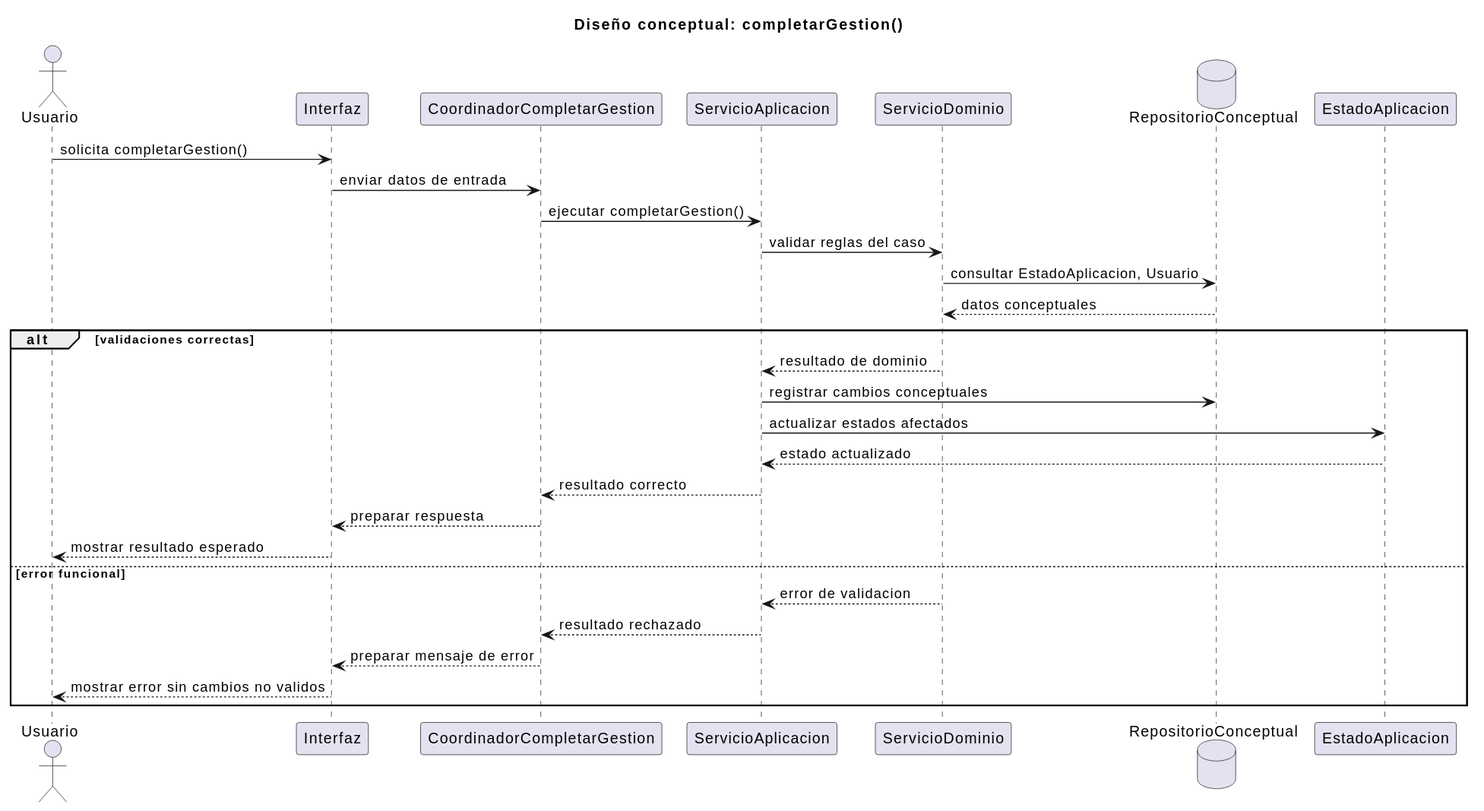
The PlantUML diagram documents/RUP/02-diseño/casos-uso/gestion-sesion/completarGestion/secuencia.svg in inigovaqueroo04/25-26-idsw2-sdVC, before a commit. Its diagram source:
```plantuml
@startuml
title Diseño conceptual: completarGestion()

actor "Usuario" as Usuario
participant "Interfaz" as Interfaz
participant "CoordinadorCompletarGestion" as Coordinador
participant "ServicioAplicacion" as ServicioAplicacion
participant "ServicioDominio" as ServicioDominio
database "RepositorioConceptual" as Repositorio
participant "EstadoAplicacion" as EstadoAplicacion

Usuario -> Interfaz : solicita completarGestion()
Interfaz -> Coordinador : enviar datos de entrada
Coordinador -> ServicioAplicacion : ejecutar completarGestion()
ServicioAplicacion -> ServicioDominio : validar reglas del caso
ServicioDominio -> Repositorio : consultar EstadoAplicacion, Usuario
Repositorio --> ServicioDominio : datos conceptuales

alt validaciones correctas
  ServicioDominio --> ServicioAplicacion : resultado de dominio
  ServicioAplicacion -> Repositorio : registrar cambios conceptuales
  ServicioAplicacion -> EstadoAplicacion : actualizar estados afectados
  EstadoAplicacion --> ServicioAplicacion : estado actualizado
  ServicioAplicacion --> Coordinador : resultado correcto
  Coordinador --> Interfaz : preparar respuesta
  Interfaz --> Usuario : mostrar resultado esperado
else error funcional
  ServicioDominio --> ServicioAplicacion : error de validacion
  ServicioAplicacion --> Coordinador : resultado rechazado
  Coordinador --> Interfaz : preparar mensaje de error
  Interfaz --> Usuario : mostrar error sin cambios no validos
end
@enduml
```
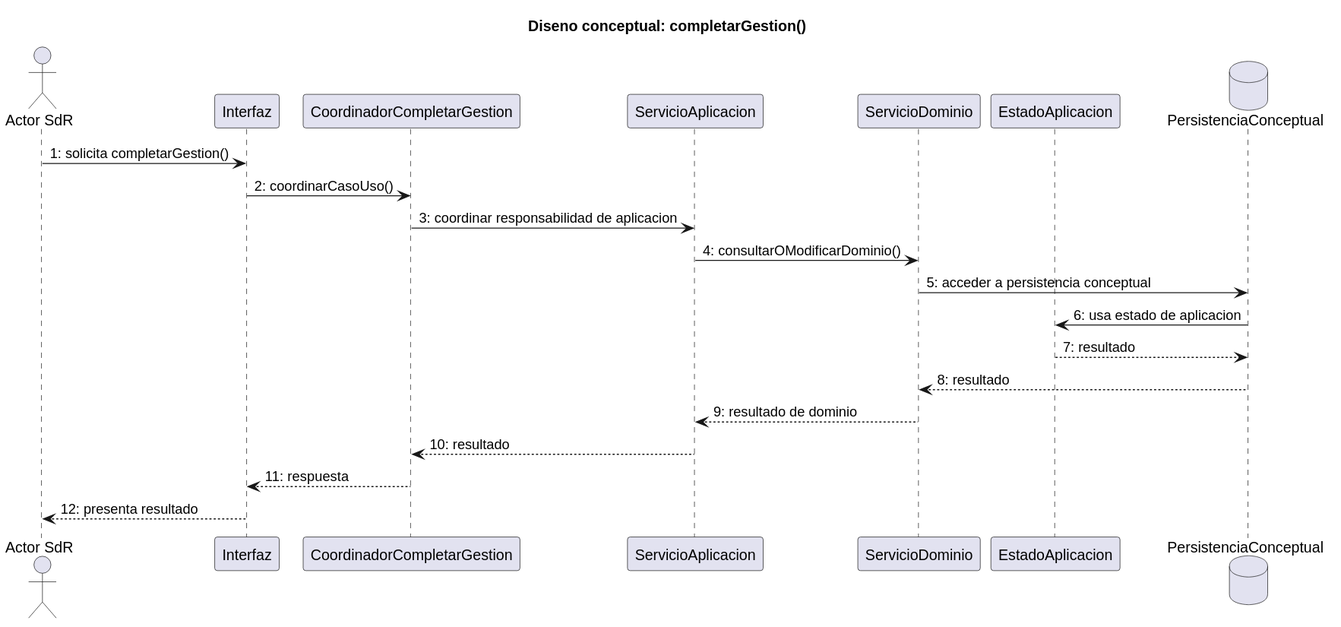
After the change.

Commit message:
docs: ajustar diseno de completar gestion

Change to the diagram source:
```diff
@@ -1,33 +1,24 @@
 @startuml
-title Diseño conceptual: completarGestion()
+title Diseno conceptual: completarGestion()
 
-actor "Usuario" as Usuario
+actor "Actor SdR" as Actor
 participant "Interfaz" as Interfaz
 participant "CoordinadorCompletarGestion" as Coordinador
 participant "ServicioAplicacion" as ServicioAplicacion
 participant "ServicioDominio" as ServicioDominio
-database "RepositorioConceptual" as Repositorio
 participant "EstadoAplicacion" as EstadoAplicacion
+database "PersistenciaConceptual" as Persistencia
 
-Usuario -> Interfaz : solicita completarGestion()
-Interfaz -> Coordinador : enviar datos de entrada
-Coordinador -> ServicioAplicacion : ejecutar completarGestion()
-ServicioAplicacion -> ServicioDominio : validar reglas del caso
-ServicioDominio -> Repositorio : consultar EstadoAplicacion, Usuario
-Repositorio --> ServicioDominio : datos conceptuales
-
-alt validaciones correctas
-  ServicioDominio --> ServicioAplicacion : resultado de dominio
-  ServicioAplicacion -> Repositorio : registrar cambios conceptuales
-  ServicioAplicacion -> EstadoAplicacion : actualizar estados afectados
-  EstadoAplicacion --> ServicioAplicacion : estado actualizado
-  ServicioAplicacion --> Coordinador : resultado correcto
-  Coordinador --> Interfaz : preparar respuesta
-  Interfaz --> Usuario : mostrar resultado esperado
-else error funcional
-  ServicioDominio --> ServicioAplicacion : error de validacion
-  ServicioAplicacion --> Coordinador : resultado rechazado
-  Coordinador --> Interfaz : preparar mensaje de error
-  Interfaz --> Usuario : mostrar error sin cambios no validos
-end
+Actor -> Interfaz : 1: solicita completarGestion()
+Interfaz -> Coordinador : 2: coordinarCasoUso()
+Coordinador -> ServicioAplicacion : 3: coordinar responsabilidad de aplicacion
+ServicioAplicacion -> ServicioDominio : 4: consultarOModificarDominio()
+ServicioDominio -> Persistencia : 5: acceder a persistencia conceptual
+Persistencia -> EstadoAplicacion : 6: usa estado de aplicacion
+EstadoAplicacion --> Persistencia : 7: resultado
+Persistencia --> ServicioDominio : 8: resultado
+ServicioDominio --> ServicioAplicacion : 9: resultado de dominio
+ServicioAplicacion --> Coordinador : 10: resultado
+Coordinador --> Interfaz : 11: respuesta
+Interfaz --> Actor : 12: presenta resultado
 @enduml
```
